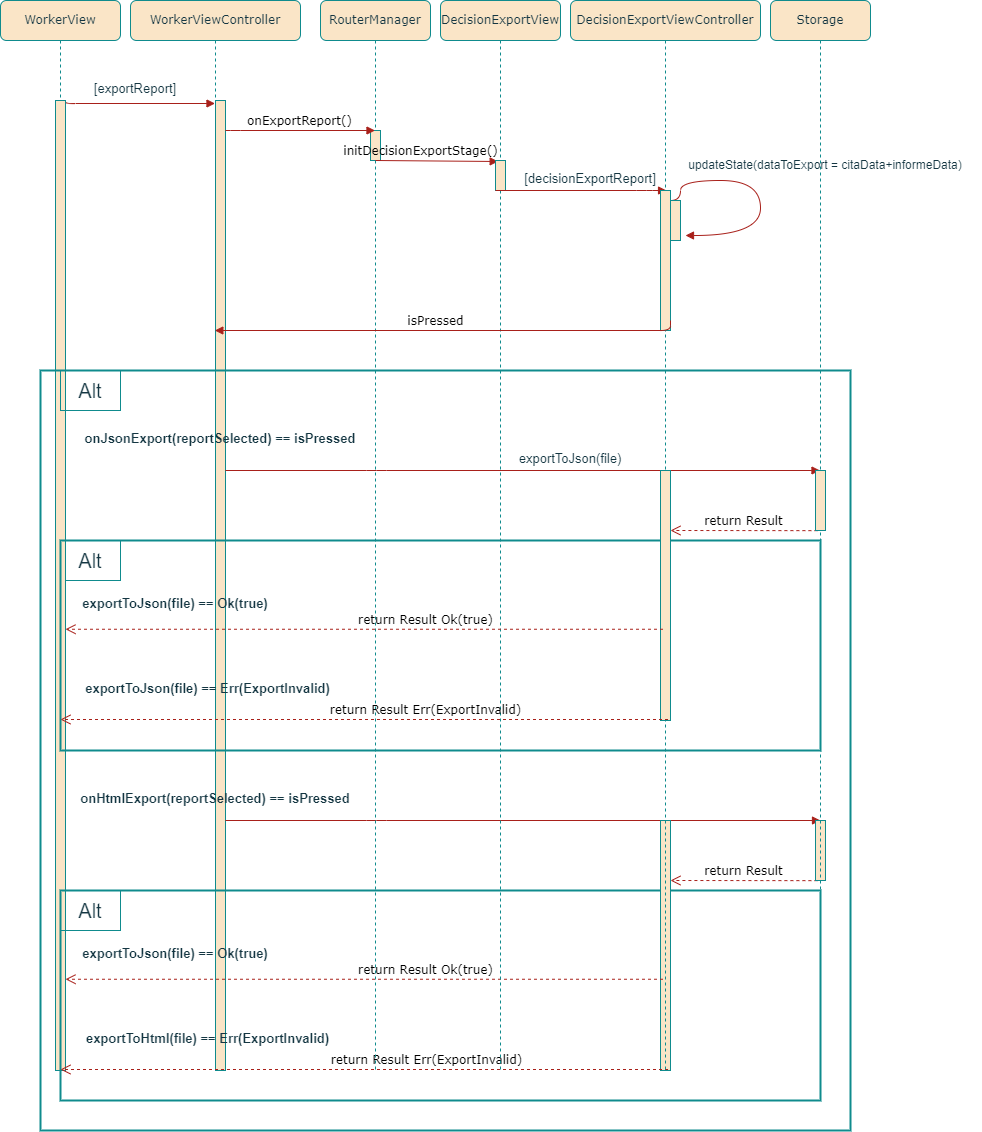
This is EntornosDeDesarrollo/DiagramasDeSecuencia/Imprimir cita+informe.png from kuromiichi/ProyectoFinalITV, a draw.io export, as it was before one commit. Source tidied: cells renumbered, new cells last; positions are measured from the earlier drawing's top-left corner, leaving out a move shared by most shapes.
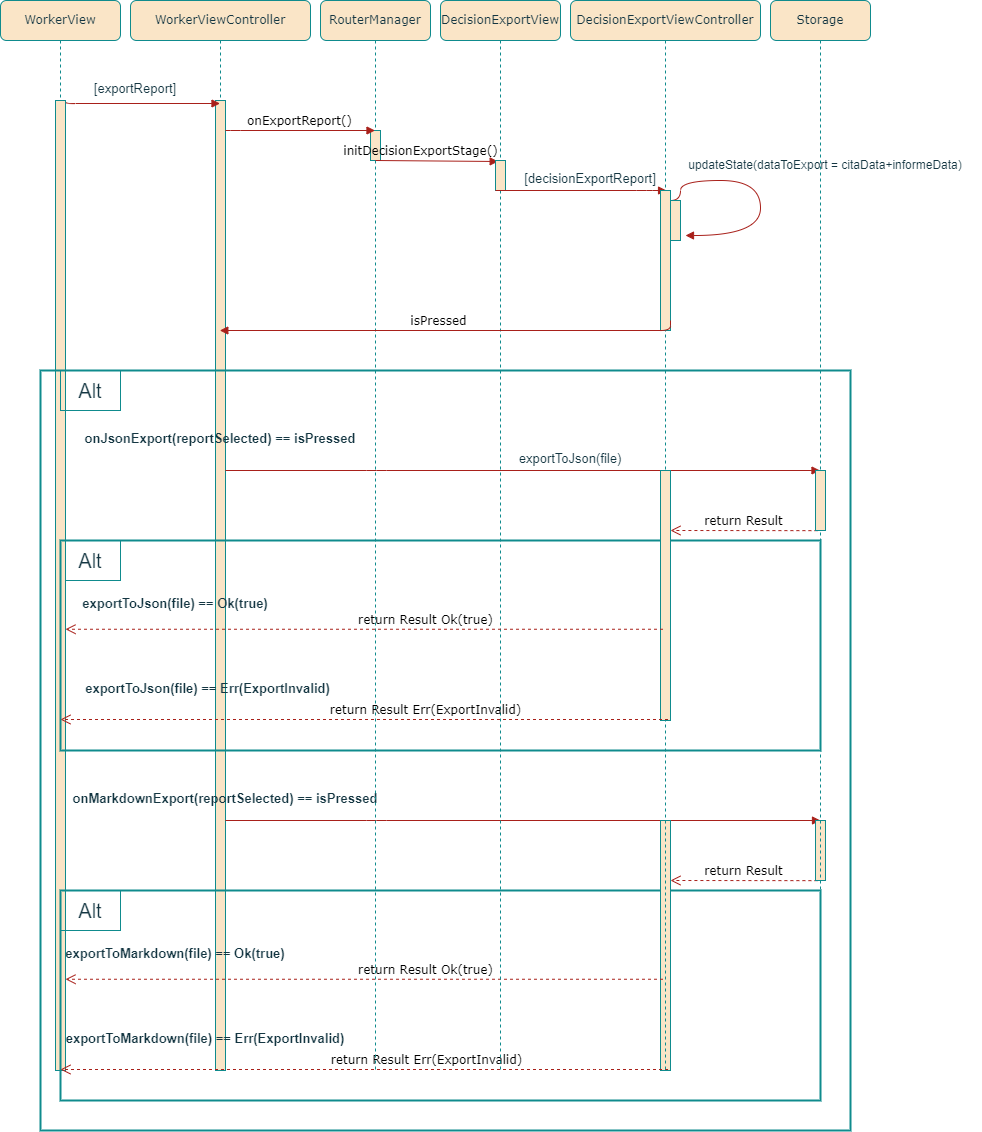
After the commit.

Commit message:
Arreglado diagramas HTML a Markdown y algunos detalles extras

Change to the diagram source:
```diff
@@ -3,7 +3,7 @@
     <mxCell id="0" />
     <mxCell id="1" parent="0" />
     <mxCell id="2" value="WorkerViewController" style="shape=umlLifeline;perimeter=lifelinePerimeter;whiteSpace=wrap;html=1;outlineConnect=0;rounded=1;shadow=0;comic=0;labelBackgroundColor=none;strokeWidth=1;fontFamily=Verdana;fontSize=12;align=center;fillColor=#FAE5C7;strokeColor=#0F8B8D;fontColor=#143642;" parent="1" vertex="1">
-      <mxGeometry x="241" width="170" height="1070" as="geometry" />
+      <mxGeometry x="241" width="180" height="1070" as="geometry" />
     </mxCell>
     <mxCell id="3" style="html=1;points=[];perimeter=orthogonalPerimeter;rounded=0;shadow=0;comic=0;labelBackgroundColor=none;strokeWidth=1;fontFamily=Verdana;fontSize=12;align=center;fillColor=#FAE5C7;strokeColor=#0F8B8D;fontColor=#143642;" parent="2" vertex="1">
       <mxGeometry x="85" y="100" width="10" height="970" as="geometry" />
@@ -49,11 +49,11 @@
         <mxPoint x="75" y="820" as="targetPoint" />
       </mxGeometry>
     </mxCell>
-    <mxCell id="12" value="&lt;font style=&quot;font-size: 13px;&quot;&gt;onHtmlExport(reportSelected) == isPressed&lt;/font&gt;" style="text;html=1;strokeColor=none;fillColor=none;align=center;verticalAlign=middle;whiteSpace=wrap;rounded=0;fontSize=20;labelBackgroundColor=none;fontColor=#143642;fontStyle=1;" parent="2" vertex="1">
-      <mxGeometry x="-60" y="780" width="290" height="30" as="geometry" />
+    <mxCell id="12" value="&lt;font style=&quot;font-size: 13px;&quot;&gt;onMarkdownExport(reportSelected) == isPressed&lt;/font&gt;" style="text;html=1;strokeColor=none;fillColor=none;align=center;verticalAlign=middle;whiteSpace=wrap;rounded=0;fontSize=20;labelBackgroundColor=none;fontColor=#143642;fontStyle=1;" parent="2" vertex="1">
+      <mxGeometry x="-60" y="780" width="310" height="30" as="geometry" />
     </mxCell>
     <mxCell id="13" value="WorkerView" style="shape=umlLifeline;perimeter=lifelinePerimeter;whiteSpace=wrap;html=1;rounded=1;shadow=0;comic=0;labelBackgroundColor=none;strokeWidth=1;fontFamily=Verdana;fontSize=12;align=center;fillColor=#FAE5C7;strokeColor=#0F8B8D;fontColor=#143642;" parent="1" vertex="1">
-      <mxGeometry x="111" width="120" height="1070" as="geometry" />
+      <mxGeometry x="111" width="120" height="1100" as="geometry" />
     </mxCell>
     <mxCell id="14" style="html=1;perimeter=orthogonalPerimeter;rounded=0;shadow=0;comic=0;labelBackgroundColor=none;strokeWidth=1;fontFamily=Verdana;fontSize=12;align=center;fillColor=#FAE5C7;strokeColor=#0F8B8D;fontColor=#143642;" parent="13" vertex="1">
       <mxGeometry x="55" y="100" width="10" height="970" as="geometry" />
@@ -76,10 +76,10 @@
         </Array>
       </mxGeometry>
     </mxCell>
-    <mxCell id="18" value="&lt;span style=&quot;font-size: 13px;&quot;&gt;exportToHtml(file) == Err(ExportInvalid)&lt;/span&gt;" style="text;html=1;strokeColor=none;fillColor=none;align=center;verticalAlign=middle;whiteSpace=wrap;rounded=0;fontSize=20;labelBackgroundColor=none;fontColor=#143642;fontStyle=1;" parent="13" vertex="1">
-      <mxGeometry x="75" y="1020" width="265" height="30" as="geometry" />
+    <mxCell id="18" value="&lt;span style=&quot;font-size: 13px;&quot;&gt;exportToMarkdown(file) == Err(ExportInvalid)&lt;/span&gt;" style="text;html=1;strokeColor=none;fillColor=none;align=center;verticalAlign=middle;whiteSpace=wrap;rounded=0;fontSize=20;labelBackgroundColor=none;fontColor=#143642;fontStyle=1;" parent="13" vertex="1">
+      <mxGeometry x="60" y="1020" width="290" height="30" as="geometry" />
     </mxCell>
-    <mxCell id="19" value="&lt;span style=&quot;font-size: 13px;&quot;&gt;exportToJson(file) == Ok(true)&lt;/span&gt;" style="text;html=1;strokeColor=none;fillColor=none;align=center;verticalAlign=middle;whiteSpace=wrap;rounded=0;fontSize=20;labelBackgroundColor=none;fontColor=#143642;fontStyle=1;" parent="13" vertex="1">
+    <mxCell id="19" value="&lt;span style=&quot;font-size: 13px;&quot;&gt;exportToMarkdown(file) == Ok(true)&lt;/span&gt;" style="text;html=1;strokeColor=none;fillColor=none;align=center;verticalAlign=middle;whiteSpace=wrap;rounded=0;fontSize=20;labelBackgroundColor=none;fontColor=#143642;fontStyle=1;" parent="13" vertex="1">
       <mxGeometry x="55" y="935" width="240" height="30" as="geometry" />
     </mxCell>
     <mxCell id="20" value="Alt" style="text;html=1;strokeColor=#0F8B8D;fillColor=none;align=center;verticalAlign=middle;whiteSpace=wrap;rounded=0;fontSize=20;labelBackgroundColor=none;fontColor=#143642;" parent="13" vertex="1">
```
